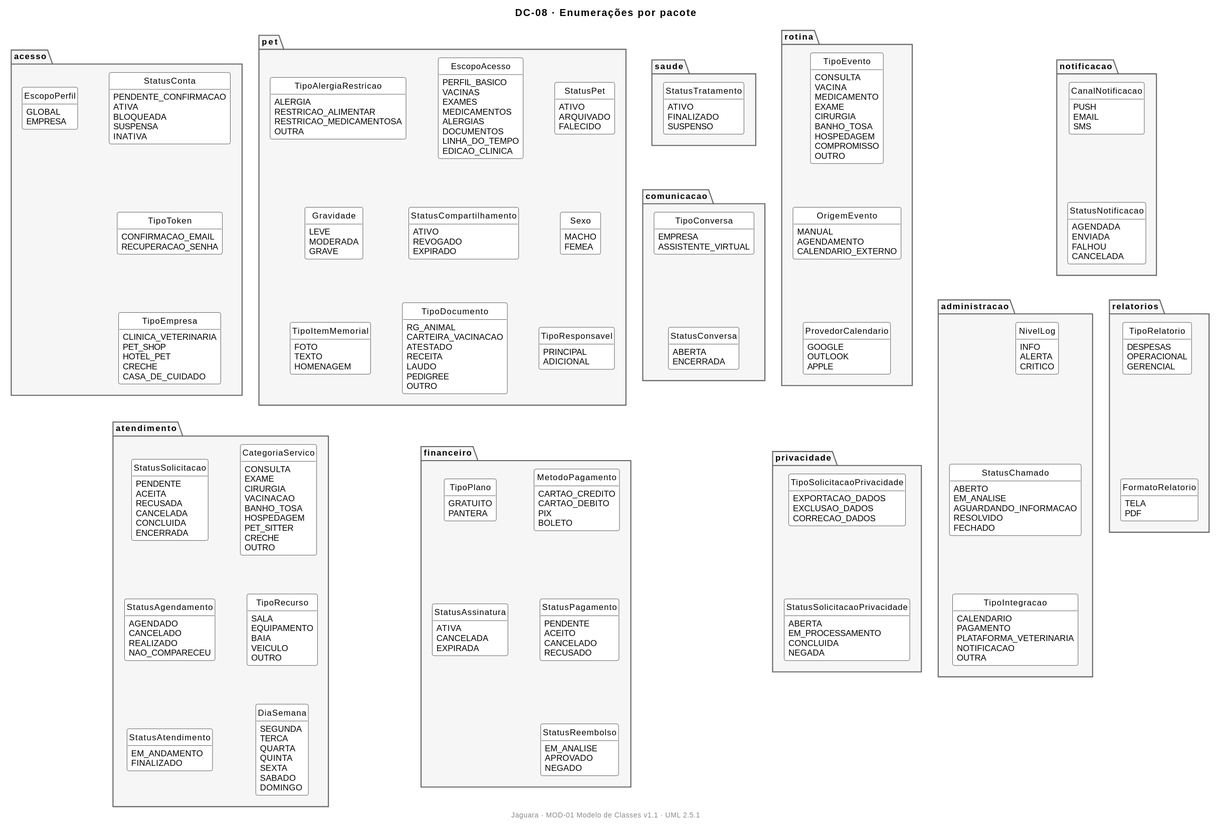
Above: docs/04-modelagem/diagrama-de-classes/img/DC-08-enumeracoes.svg in JaguaraPet/Jaguara_doc (PlantUML), before the change.
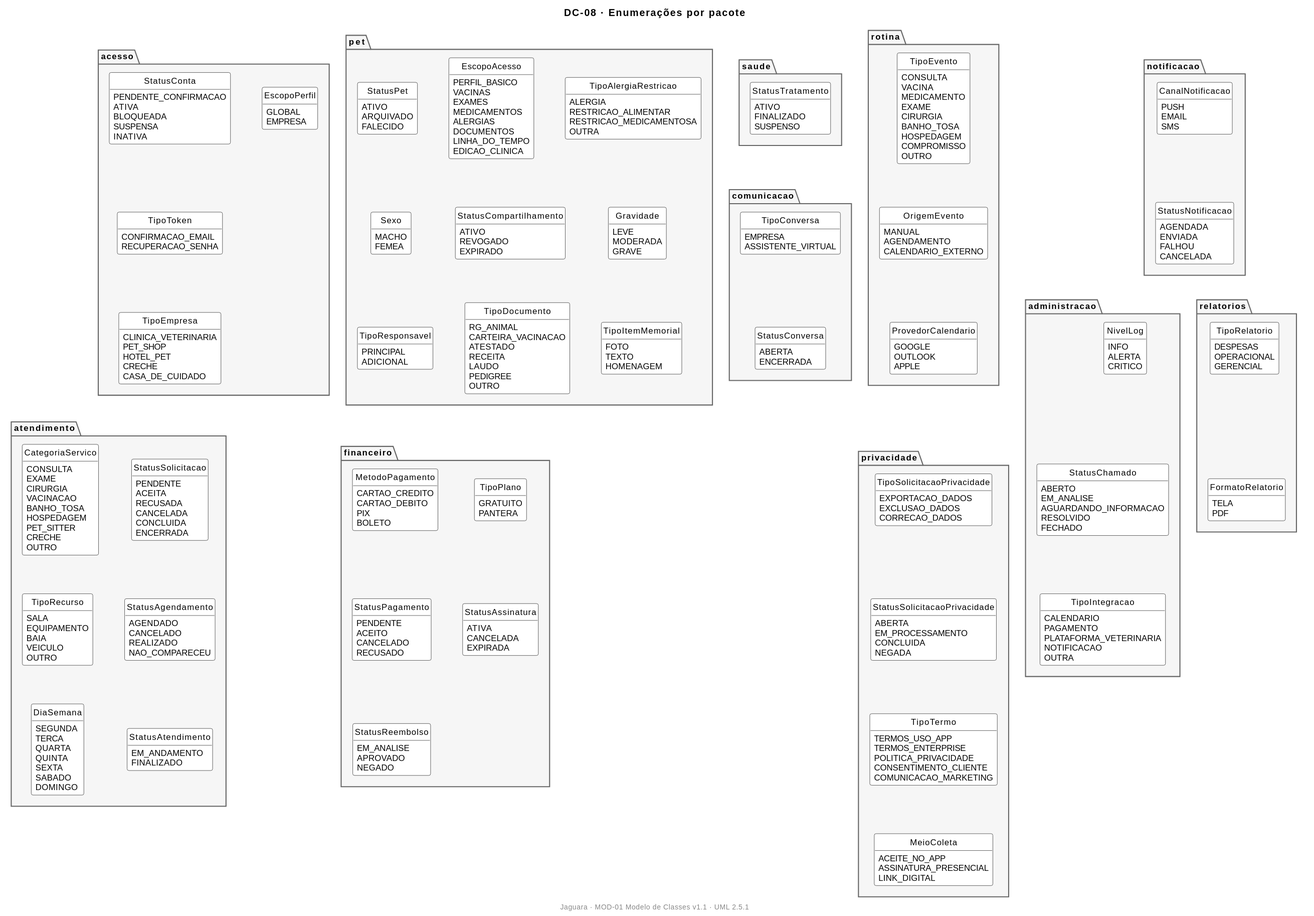
Above is the later version.

Change to the diagram source:
```diff
@@ -1,5 +1,30 @@
 @startuml
-!include _estilo.iuml
+skinparam style strictuml
+skinparam classAttributeIconSize 0
+skinparam shadowing false
+skinparam defaultFontName Arial
+skinparam defaultFontSize 12
+skinparam backgroundColor white
+skinparam nodesep 45
+skinparam ranksep 55
+skinparam class {
+  BackgroundColor white
+  BorderColor #222222
+  ArrowColor #333333
+}
+skinparam package {
+  BackgroundColor #F6F6F6
+  BorderColor #666666
+}
+skinparam note {
+  BackgroundColor #FFFFF2
+  BorderColor #888888
+}
+skinparam stereotypeFontSize 10
+set separator none
+hide empty members
+footer Jaguara · MOD-01 Modelo de Classes v1.1 · UML 2.5.1
+
 title DC-08 · Enumerações por pacote
 
 package acesso {
@@ -229,6 +254,18 @@
     CONCLUIDA
     NEGADA
   }
+  enum TipoTermo {
+    TERMOS_USO_APP
+    TERMOS_ENTERPRISE
+    POLITICA_PRIVACIDADE
+    CONSENTIMENTO_CLIENTE
+    COMUNICACAO_MARKETING
+  }
+  enum MeioColeta {
+    ACEITE_NO_APP
+    ASSINATURA_PRESENCIAL
+    LINK_DIGITAL
+  }
 }
 
 package administracao {
@@ -285,6 +322,8 @@
 TipoPlano -[hidden]down- StatusAssinatura
 TipoConversa -[hidden]down- StatusConversa
 TipoSolicitacaoPrivacidade -[hidden]down- StatusSolicitacaoPrivacidade
+StatusSolicitacaoPrivacidade -[hidden]down- TipoTermo
+TipoTermo -[hidden]down- MeioColeta
 NivelLog -[hidden]down- StatusChamado
 StatusChamado -[hidden]down- TipoIntegracao
 TipoRelatorio -[hidden]down- FormatoRelatorio
```
